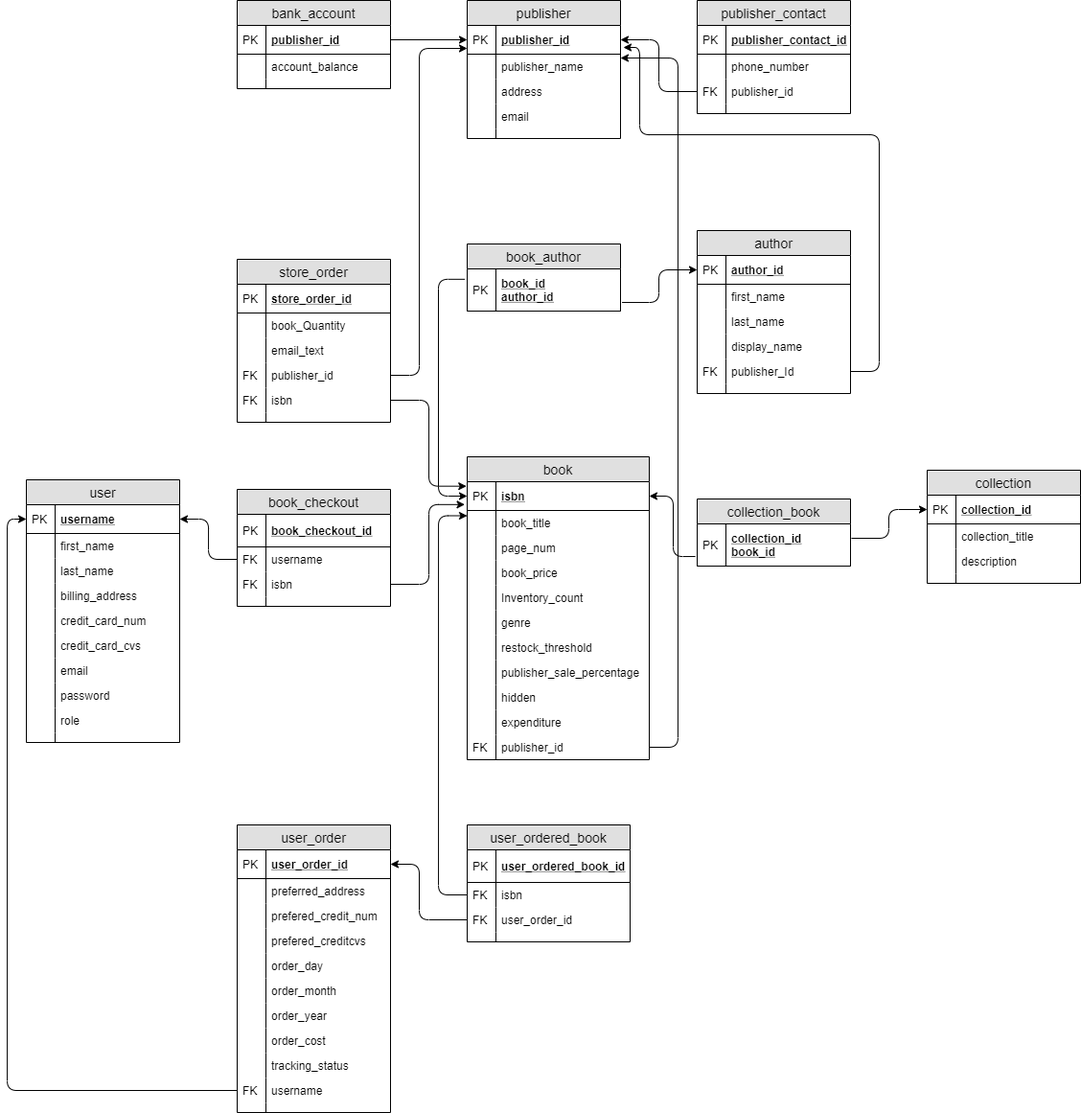
Before: docs/schema.png, a diagram exported from draw.io (DarkHorse0311/BookStore_golang_react). Source tidied: cells renumbered, new cells last; positions are measured from the earlier drawing's top-left corner, leaving out a move shared by most shapes.
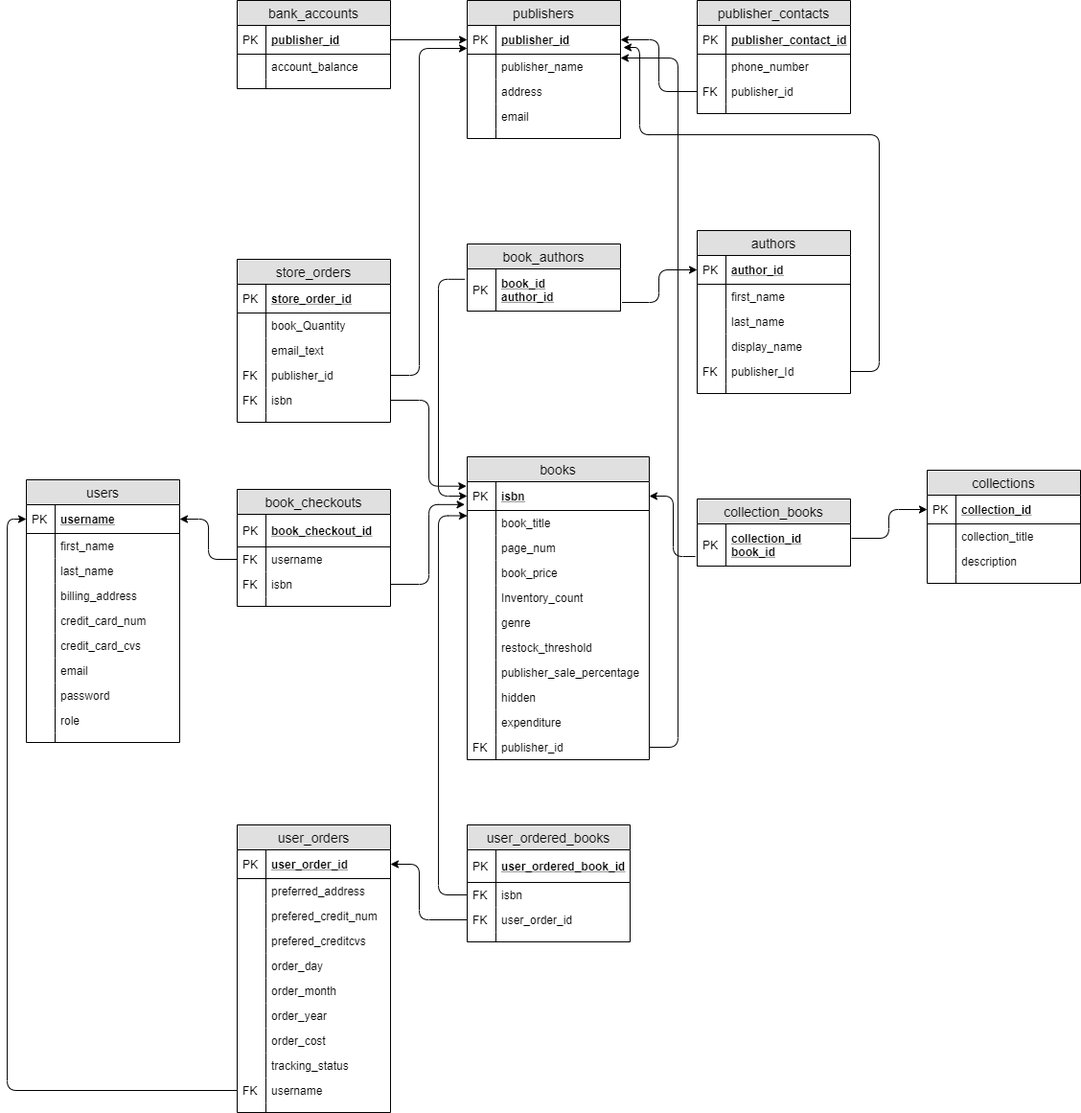
The same diagram one commit later.

What changed in the source:
```diff
@@ -2,7 +2,7 @@
   <root>
     <mxCell id="0" />
     <mxCell id="1" parent="0" />
-    <mxCell id="2" value="book" style="swimlane;fontStyle=0;horizontal=1;startSize=26;fillColor=#e0e0e0;swimlaneFillColor=#ffffff;align=center;fontSize=14;" parent="1" vertex="1">
+    <mxCell id="2" value="books" style="swimlane;fontStyle=0;horizontal=1;startSize=26;fillColor=#e0e0e0;swimlaneFillColor=#ffffff;align=center;fontSize=14;" parent="1" vertex="1">
       <mxGeometry x="480" y="476" width="190" height="316" as="geometry" />
     </mxCell>
     <mxCell id="3" value="isbn" style="shape=partialRectangle;top=0;left=0;right=0;bottom=1;align=left;verticalAlign=middle;fillColor=none;spacingLeft=34;spacingRight=4;overflow=hidden;points=[[0,0.5],[1,0.5]];portConstraint=eastwest;fontStyle=5;fontSize=12;" parent="2" vertex="1">
@@ -71,7 +71,7 @@
     <mxCell id="24" value="FK" style="shape=partialRectangle;top=0;left=0;bottom=0;fillColor=none;align=left;verticalAlign=top;spacingLeft=4;spacingRight=4;overflow=hidden;fontSize=12;" parent="23" vertex="1">
       <mxGeometry width="30" height="26" as="geometry" />
     </mxCell>
-    <mxCell id="25" value="collection" style="swimlane;fontStyle=0;horizontal=1;startSize=26;fillColor=#e0e0e0;swimlaneFillColor=#ffffff;align=center;fontSize=14;" parent="1" vertex="1">
+    <mxCell id="25" value="collections" style="swimlane;fontStyle=0;horizontal=1;startSize=26;fillColor=#e0e0e0;swimlaneFillColor=#ffffff;align=center;fontSize=14;" parent="1" vertex="1">
       <mxGeometry x="960" y="490" width="160" height="118" as="geometry" />
     </mxCell>
     <mxCell id="26" value="collection_id" style="shape=partialRectangle;top=0;left=0;right=0;bottom=1;align=left;verticalAlign=middle;fillColor=none;spacingLeft=34;spacingRight=4;overflow=hidden;points=[[0,0.5],[1,0.5]];portConstraint=eastwest;fontStyle=5;fontSize=12;" parent="25" vertex="1">
@@ -98,7 +98,7 @@
     <mxCell id="33" style="shape=partialRectangle;top=0;left=0;bottom=0;fillColor=none;align=left;verticalAlign=top;spacingLeft=4;spacingRight=4;overflow=hidden;fontSize=12;" parent="32" vertex="1">
       <mxGeometry width="30" height="10" as="geometry" />
     </mxCell>
-    <mxCell id="34" value="user" style="swimlane;fontStyle=0;horizontal=1;startSize=26;fillColor=#e0e0e0;swimlaneFillColor=#ffffff;align=center;fontSize=14;" parent="1" vertex="1">
+    <mxCell id="34" value="users" style="swimlane;fontStyle=0;horizontal=1;startSize=26;fillColor=#e0e0e0;swimlaneFillColor=#ffffff;align=center;fontSize=14;" parent="1" vertex="1">
       <mxGeometry x="20" y="500" width="160" height="274" as="geometry" />
     </mxCell>
     <mxCell id="35" value="username" style="shape=partialRectangle;top=0;left=0;right=0;bottom=1;align=left;verticalAlign=middle;fillColor=none;spacingLeft=34;spacingRight=4;overflow=hidden;points=[[0,0.5],[1,0.5]];portConstraint=eastwest;fontStyle=5;fontSize=12;" parent="34" vertex="1">
@@ -161,7 +161,7 @@
     <mxCell id="54" style="shape=partialRectangle;top=0;left=0;bottom=0;fillColor=none;align=left;verticalAlign=top;spacingLeft=4;spacingRight=4;overflow=hidden;fontSize=12;" parent="53" vertex="1">
       <mxGeometry width="30" height="10" as="geometry" />
     </mxCell>
-    <mxCell id="55" value="collection_book" style="swimlane;fontStyle=0;horizontal=1;startSize=26;fillColor=#e0e0e0;swimlaneFillColor=#ffffff;align=center;fontSize=14;" parent="1" vertex="1">
+    <mxCell id="55" value="collection_books" style="swimlane;fontStyle=0;horizontal=1;startSize=26;fillColor=#e0e0e0;swimlaneFillColor=#ffffff;align=center;fontSize=14;" parent="1" vertex="1">
       <mxGeometry x="720" y="520" width="160" height="70" as="geometry" />
     </mxCell>
     <mxCell id="56" value="collection_id&#10;book_id" style="shape=partialRectangle;top=0;left=0;right=0;bottom=1;align=left;verticalAlign=middle;fillColor=none;spacingLeft=34;spacingRight=4;overflow=hidden;points=[[0,0.5],[1,0.5]];portConstraint=eastwest;fontStyle=5;fontSize=12;" parent="55" vertex="1">
@@ -170,7 +170,7 @@
     <mxCell id="57" value="PK" style="shape=partialRectangle;top=0;left=0;bottom=0;fillColor=none;align=left;verticalAlign=middle;spacingLeft=4;spacingRight=4;overflow=hidden;fontSize=12;" parent="56" vertex="1">
       <mxGeometry width="30" height="44" as="geometry" />
     </mxCell>
-    <mxCell id="58" value="book_checkout" style="swimlane;fontStyle=0;horizontal=1;startSize=26;fillColor=#e0e0e0;swimlaneFillColor=#ffffff;align=center;fontSize=14;" parent="1" vertex="1">
+    <mxCell id="58" value="book_checkouts" style="swimlane;fontStyle=0;horizontal=1;startSize=26;fillColor=#e0e0e0;swimlaneFillColor=#ffffff;align=center;fontSize=14;" parent="1" vertex="1">
       <mxGeometry x="240" y="510" width="160" height="122" as="geometry" />
     </mxCell>
     <mxCell id="59" value="book_checkout_id" style="shape=partialRectangle;top=0;left=0;right=0;bottom=1;align=left;verticalAlign=middle;fillColor=none;spacingLeft=34;spacingRight=4;overflow=hidden;fontStyle=5;fontSize=12;" parent="58" vertex="1">
@@ -197,7 +197,7 @@
     <mxCell id="66" style="shape=partialRectangle;top=0;left=0;bottom=0;fillColor=none;align=left;verticalAlign=top;spacingLeft=4;spacingRight=4;overflow=hidden;fontSize=12;" parent="65" vertex="1">
       <mxGeometry width="30" height="10" as="geometry" />
     </mxCell>
-    <mxCell id="67" value="author" style="swimlane;fontStyle=0;horizontal=1;startSize=26;fillColor=#e0e0e0;swimlaneFillColor=#ffffff;align=center;fontSize=14;" parent="1" vertex="1">
+    <mxCell id="67" value="authors" style="swimlane;fontStyle=0;horizontal=1;startSize=26;fillColor=#e0e0e0;swimlaneFillColor=#ffffff;align=center;fontSize=14;" parent="1" vertex="1">
       <mxGeometry x="720" y="240" width="160" height="170" as="geometry" />
     </mxCell>
     <mxCell id="68" value="author_id" style="shape=partialRectangle;top=0;left=0;right=0;bottom=1;align=left;verticalAlign=middle;fillColor=none;spacingLeft=34;spacingRight=4;overflow=hidden;points=[[0,0.5],[1,0.5]];portConstraint=eastwest;fontStyle=5;fontSize=12;" parent="67" vertex="1">
@@ -236,7 +236,7 @@
     <mxCell id="79" style="shape=partialRectangle;top=0;left=0;bottom=0;fillColor=none;align=left;verticalAlign=top;spacingLeft=4;spacingRight=4;overflow=hidden;fontSize=12;" parent="78" vertex="1">
       <mxGeometry width="30" height="10" as="geometry" />
     </mxCell>
-    <mxCell id="80" value="book_author" style="swimlane;fontStyle=0;horizontal=1;startSize=26;fillColor=#e0e0e0;swimlaneFillColor=#ffffff;align=center;fontSize=14;" parent="1" vertex="1">
+    <mxCell id="80" value="book_authors" style="swimlane;fontStyle=0;horizontal=1;startSize=26;fillColor=#e0e0e0;swimlaneFillColor=#ffffff;align=center;fontSize=14;" parent="1" vertex="1">
       <mxGeometry x="480" y="254" width="160" height="70" as="geometry" />
     </mxCell>
     <mxCell id="81" value="book_id&#10;author_id" style="shape=partialRectangle;top=0;left=0;right=0;bottom=1;align=left;verticalAlign=middle;fillColor=none;spacingLeft=34;spacingRight=4;overflow=hidden;points=[[0,0.5],[1,0.5]];portConstraint=eastwest;fontStyle=5;fontSize=12;" parent="80" vertex="1">
@@ -245,7 +245,7 @@
     <mxCell id="82" value="PK" style="shape=partialRectangle;top=0;left=0;bottom=0;fillColor=none;align=left;verticalAlign=middle;spacingLeft=4;spacingRight=4;overflow=hidden;fontSize=12;" parent="81" vertex="1">
       <mxGeometry width="30" height="44" as="geometry" />
     </mxCell>
-    <mxCell id="83" value="publisher" style="swimlane;fontStyle=0;horizontal=1;startSize=26;fillColor=#e0e0e0;swimlaneFillColor=#ffffff;align=center;fontSize=14;" parent="1" vertex="1">
+    <mxCell id="83" value="publishers" style="swimlane;fontStyle=0;horizontal=1;startSize=26;fillColor=#e0e0e0;swimlaneFillColor=#ffffff;align=center;fontSize=14;" parent="1" vertex="1">
       <mxGeometry x="480" width="160" height="144" as="geometry" />
     </mxCell>
     <mxCell id="84" value="publisher_id" style="shape=partialRectangle;top=0;left=0;right=0;bottom=1;align=left;verticalAlign=middle;fillColor=none;spacingLeft=34;spacingRight=4;overflow=hidden;points=[[0,0.5],[1,0.5]];portConstraint=eastwest;fontStyle=5;fontSize=12;" parent="83" vertex="1">
@@ -278,7 +278,7 @@
     <mxCell id="93" style="shape=partialRectangle;top=0;left=0;bottom=0;fillColor=none;align=left;verticalAlign=top;spacingLeft=4;spacingRight=4;overflow=hidden;fontSize=12;" parent="92" vertex="1">
       <mxGeometry width="30" height="10" as="geometry" />
     </mxCell>
-    <mxCell id="94" value="bank_account" style="swimlane;fontStyle=0;horizontal=1;startSize=26;fillColor=#e0e0e0;swimlaneFillColor=#ffffff;align=center;fontSize=14;" parent="1" vertex="1">
+    <mxCell id="94" value="bank_accounts" style="swimlane;fontStyle=0;horizontal=1;startSize=26;fillColor=#e0e0e0;swimlaneFillColor=#ffffff;align=center;fontSize=14;" parent="1" vertex="1">
       <mxGeometry x="240" width="160" height="92" as="geometry" />
     </mxCell>
     <mxCell id="95" value="publisher_id" style="shape=partialRectangle;top=0;left=0;right=0;bottom=1;align=left;verticalAlign=middle;fillColor=none;spacingLeft=34;spacingRight=4;overflow=hidden;points=[[0,0.5],[1,0.5]];portConstraint=eastwest;fontStyle=5;fontSize=12;" parent="94" vertex="1">
@@ -299,7 +299,7 @@
     <mxCell id="100" style="shape=partialRectangle;top=0;left=0;bottom=0;fillColor=none;align=left;verticalAlign=top;spacingLeft=4;spacingRight=4;overflow=hidden;fontSize=12;" parent="99" vertex="1">
       <mxGeometry width="30" height="10" as="geometry" />
     </mxCell>
-    <mxCell id="101" value="publisher_contact" style="swimlane;fontStyle=0;horizontal=1;startSize=26;fillColor=#e0e0e0;swimlaneFillColor=#ffffff;align=center;fontSize=14;" parent="1" vertex="1">
+    <mxCell id="101" value="publisher_contacts" style="swimlane;fontStyle=0;horizontal=1;startSize=26;fillColor=#e0e0e0;swimlaneFillColor=#ffffff;align=center;fontSize=14;" parent="1" vertex="1">
       <mxGeometry x="720" width="160" height="118" as="geometry" />
     </mxCell>
     <mxCell id="102" value="publisher_contact_id" style="shape=partialRectangle;top=0;left=0;right=0;bottom=1;align=left;verticalAlign=middle;fillColor=none;spacingLeft=34;spacingRight=4;overflow=hidden;fontStyle=5;fontSize=12;" parent="101" vertex="1">
@@ -408,7 +408,7 @@
     <mxCell id="124" style="endArrow=classic;html=1;exitX=1.006;exitY=0.341;exitDx=0;exitDy=0;exitPerimeter=0;entryX=0;entryY=0.5;entryDx=0;entryDy=0;edgeStyle=orthogonalEdgeStyle;" parent="1" edge="1" source="56" target="26">
       <mxGeometry relative="1" as="geometry" />
     </mxCell>
-    <mxCell id="125" value="user_ordered_book" style="swimlane;fontStyle=0;horizontal=1;startSize=26;fillColor=#e0e0e0;swimlaneFillColor=#ffffff;align=center;fontSize=14;" parent="1" vertex="1">
+    <mxCell id="125" value="user_ordered_books" style="swimlane;fontStyle=0;horizontal=1;startSize=26;fillColor=#e0e0e0;swimlaneFillColor=#ffffff;align=center;fontSize=14;" parent="1" vertex="1">
       <mxGeometry x="480" y="860" width="170" height="122" as="geometry" />
     </mxCell>
     <mxCell id="126" value="user_ordered_book_id" style="shape=partialRectangle;top=0;left=0;right=0;bottom=1;align=left;verticalAlign=middle;fillColor=none;spacingLeft=34;spacingRight=4;overflow=hidden;fontStyle=5;fontSize=12;" parent="125" vertex="1">
@@ -435,7 +435,7 @@
     <mxCell id="133" style="shape=partialRectangle;top=0;left=0;bottom=0;fillColor=none;align=left;verticalAlign=top;spacingLeft=4;spacingRight=4;overflow=hidden;fontSize=12;" parent="132" vertex="1">
       <mxGeometry width="30" height="10" as="geometry" />
     </mxCell>
-    <mxCell id="134" value="user_order" style="swimlane;fontStyle=0;horizontal=1;startSize=26;fillColor=#e0e0e0;swimlaneFillColor=#ffffff;align=center;fontSize=14;" parent="1" vertex="1">
+    <mxCell id="134" value="user_orders" style="swimlane;fontStyle=0;horizontal=1;startSize=26;fillColor=#e0e0e0;swimlaneFillColor=#ffffff;align=center;fontSize=14;" parent="1" vertex="1">
       <mxGeometry x="240" y="860" width="160" height="300" as="geometry" />
     </mxCell>
     <mxCell id="135" value="user_order_id" style="shape=partialRectangle;top=0;left=0;right=0;bottom=1;align=left;verticalAlign=middle;fillColor=none;spacingLeft=34;spacingRight=4;overflow=hidden;points=[[0,0.5],[1,0.5]];portConstraint=eastwest;fontStyle=5;fontSize=12;" parent="134" vertex="1">
@@ -504,7 +504,7 @@
     <mxCell id="156" style="shape=partialRectangle;top=0;left=0;bottom=0;fillColor=none;align=left;verticalAlign=top;spacingLeft=4;spacingRight=4;overflow=hidden;fontSize=12;" parent="155" vertex="1">
       <mxGeometry width="30" height="10" as="geometry" />
     </mxCell>
-    <mxCell id="157" value="store_order" style="swimlane;fontStyle=0;horizontal=1;startSize=26;fillColor=#e0e0e0;swimlaneFillColor=#ffffff;align=center;fontSize=14;" parent="1" vertex="1">
+    <mxCell id="157" value="store_orders" style="swimlane;fontStyle=0;horizontal=1;startSize=26;fillColor=#e0e0e0;swimlaneFillColor=#ffffff;align=center;fontSize=14;" parent="1" vertex="1">
       <mxGeometry x="240" y="270" width="160" height="170" as="geometry" />
     </mxCell>
     <mxCell id="158" value="store_order_id" style="shape=partialRectangle;top=0;left=0;right=0;bottom=1;align=left;verticalAlign=middle;fillColor=none;spacingLeft=34;spacingRight=4;overflow=hidden;fontStyle=5;fontSize=12;" parent="157" vertex="1">
```
